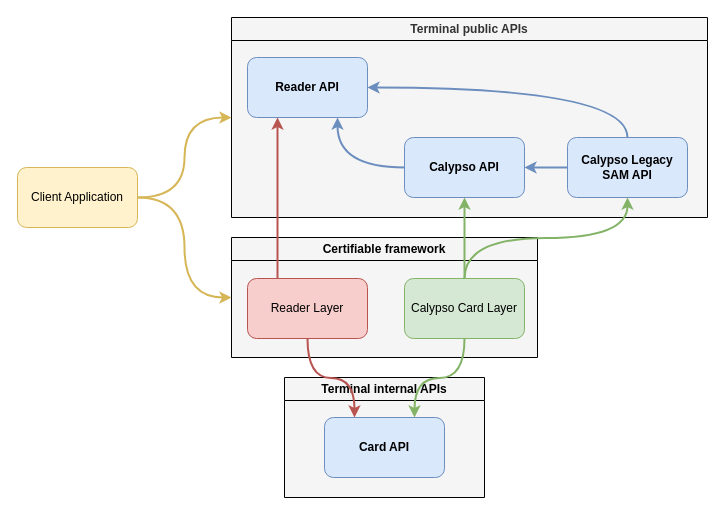
Above: static/media/uml/apis_dependencies_overview.drawio in calypsonet/calypsonet-terminal-api-website (draw.io), before the change. Source tidied: cells renumbered, new cells numbered last; positions are measured from the earlier drawing's top-left corner, leaving out a move shared by most shapes. Both pictures are drawn from the tidied source at 100%, with x=0, y=0 at pixel (17, 17).
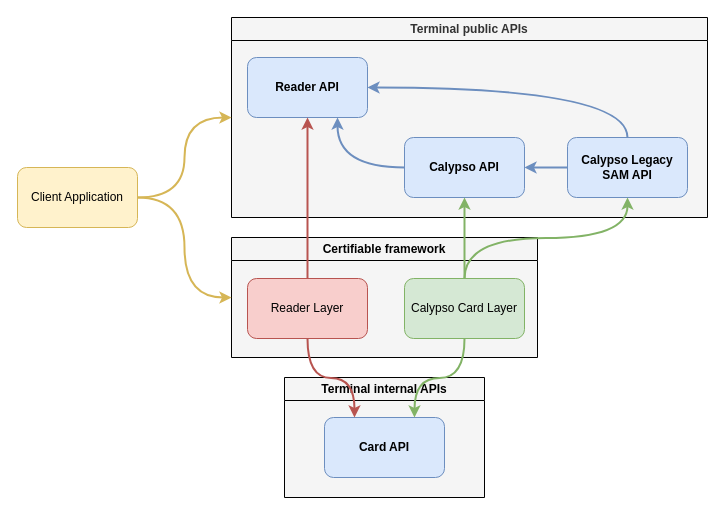
After the change.

Commit message (it also covers changes not shown here):
docs: update APIs diagram

The change refers to these unchanged cells:
```xml
<mxCell id="3" value="Reader API" style="rounded=1;whiteSpace=wrap;html=1;fillColor=#dae8fc;strokeColor=#6c8ebf;fontStyle=1;" parent="2" vertex="1">
  <mxGeometry x="16" y="40" width="120" height="60" as="geometry" />
</mxCell>
<mxCell id="12" value="Reader Layer" style="rounded=1;whiteSpace=wrap;html=1;fillColor=#f8cecc;strokeColor=#b85450;" parent="11" vertex="1">
  <mxGeometry x="16" y="41" width="120" height="60" as="geometry" />
</mxCell>
```

Diff of the diagram source:
```diff
@@
-    <mxCell id="19" style="edgeStyle=orthogonalEdgeStyle;rounded=0;jettySize=auto;html=1;entryX=0.25;entryY=1;entryDx=0;entryDy=0;exitX=0.25;exitY=0;exitDx=0;exitDy=0;fillColor=#f8cecc;strokeColor=#b85450;strokeWidth=2;" parent="1" edge="1" source="12" target="3">
+    <mxCell id="19" style="edgeStyle=orthogonalEdgeStyle;rounded=0;jettySize=auto;html=1;entryX=0.5;entryY=1;entryDx=0;entryDy=0;exitX=0.5;exitY=0;exitDx=0;exitDy=0;fillColor=#f8cecc;strokeColor=#b85450;strokeWidth=2;" parent="1" edge="1" source="12" target="3">
       <mxGeometry relative="1" as="geometry" />
     </mxCell>
```
